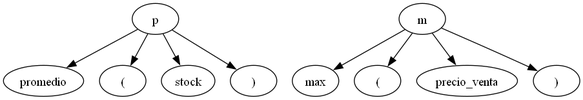
Javier-201906795/LFP_S2_2023_Proyecto2_201906795 keeps this Graphviz diagram as GraficaArbol.png. Above is the earlier version. Its source is kept beside it as GraficaArbol.dot.
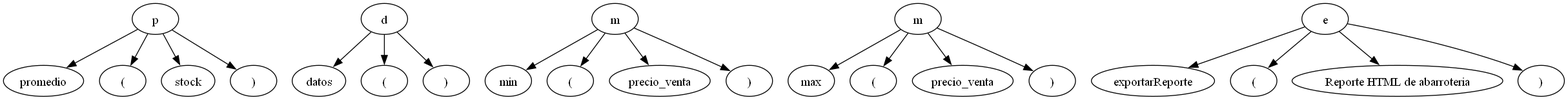
Later version of the same file.

The edit, as a diff of the source:
```diff
@@ -8,14 +8,39 @@
 	x1 -> x3
 	x1 -> x4
 	x1 -> x5
-	x6 [label=m]
-	x7 [label=max]
+	x6 [label=d]
+	x7 [label=datos]
 	x8 [label="("]
-	x9 [label=precio_venta]
-	x10 [label=")"]
+	x9 [label=")"]
 	x6 -> x7
 	x6 -> x8
 	x6 -> x9
-	x6 -> x10
+	x10 [label=m]
+	x11 [label=min]
+	x12 [label="("]
+	x13 [label=precio_venta]
+	x14 [label=")"]
+	x10 -> x11
+	x10 -> x12
+	x10 -> x13
+	x10 -> x14
+	x15 [label=m]
+	x16 [label=max]
+	x17 [label="("]
+	x18 [label=precio_venta]
+	x19 [label=")"]
+	x15 -> x16
+	x15 -> x17
+	x15 -> x18
+	x15 -> x19
+	x20 [label=e]
+	x21 [label=exportarReporte]
+	x22 [label="("]
+	x23 [label="Reporte HTML de abarroteria"]
+	x24 [label=")"]
+	x20 -> x21
+	x20 -> x22
+	x20 -> x23
+	x20 -> x24
 	node [fillcolor=white fontcolor=blue shape=circle style=filled]
 }
```
